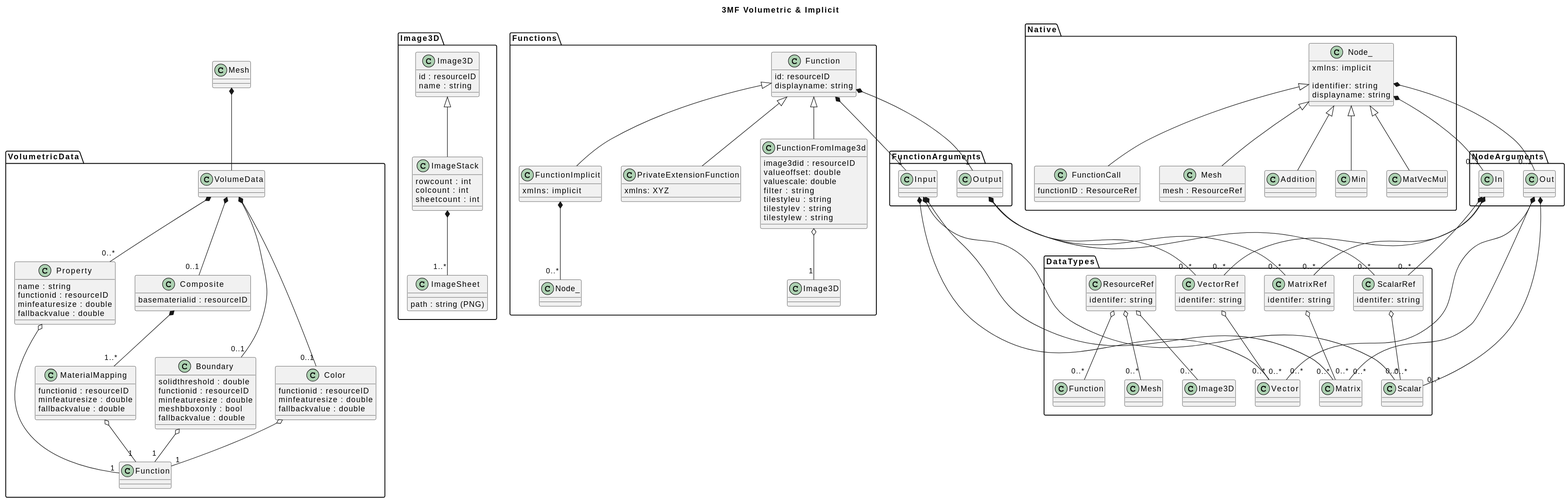
3MFConsortium/spec_volumetric keeps this PlantUML diagram as Volumetric class diagram/Volumetric class diagram.svg. Above is the earlier version.
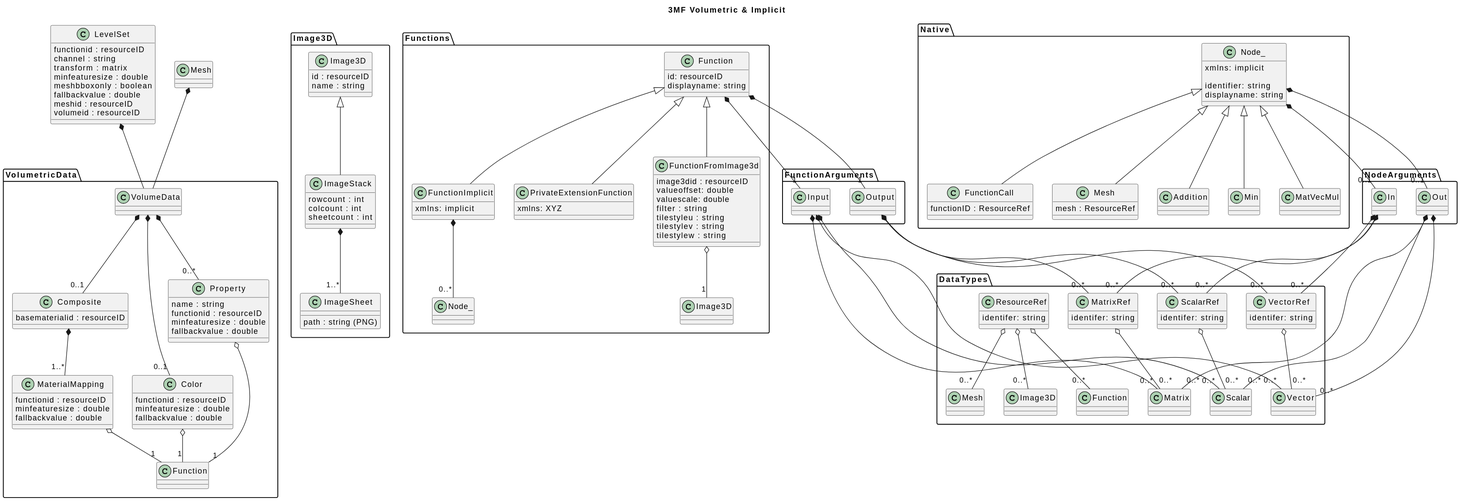
After the commit.

Commit message:
Update Volumetric class diagram and add LevelSet class

Change to the diagram source:
```diff
@@ -169,15 +169,6 @@
 {
     Class VolumeData
 
-    Class Boundary
-    {
-        solidthreshold : double
-        functionid : resourceID
-        minfeaturesize : double
-        meshbboxonly : bool
-        fallbackvalue : double
-    }
-
     Class Color
     {
         functionid : resourceID
@@ -205,18 +196,29 @@
         fallbackvalue : double
     }
 
-    VolumeData *-- "0..1" Boundary
     VolumeData *-- "0..1" Color
     VolumeData *-- "0..*" Property
     VolumeData *-- "0..1" Composite
     Composite *-- "1..*" MaterialMapping
 
-    Boundary o-- "1" Function
     Color o-- "1" Function
     Property o-- "1" Function
     MaterialMapping o-- "1" Function
 }
 
+Class LevelSet
+{
+    functionid : resourceID
+    channel : string
+    transform : matrix
+    minfeaturesize : double
+    meshbboxonly : boolean
+    fallbackvalue : double
+    meshid : resourceID
+    volumeid : resourceID
+}
+
 Class Mesh
 Mesh *-- VolumeData
+LevelSet *-- VolumeData
 @enduml
```
